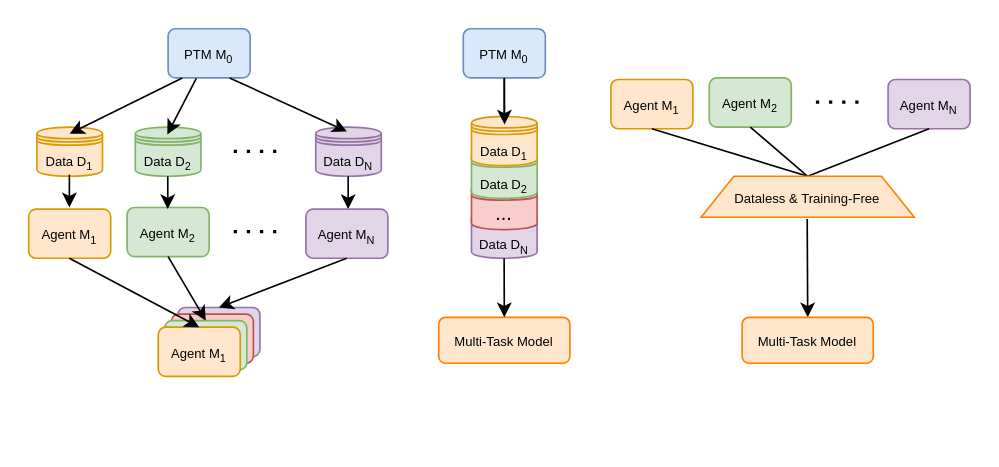
Before: paper_pic/未命名绘图.drawio in ustcchx/PPT_presentation, a draw.io diagram. Source tidied: cells renumbered, new cells numbered last; positions are measured from the earlier drawing's top-left corner, leaving out a move shared by most shapes. Both pictures are drawn from the tidied source at 164%, with x=0, y=0 at pixel (28, 28).
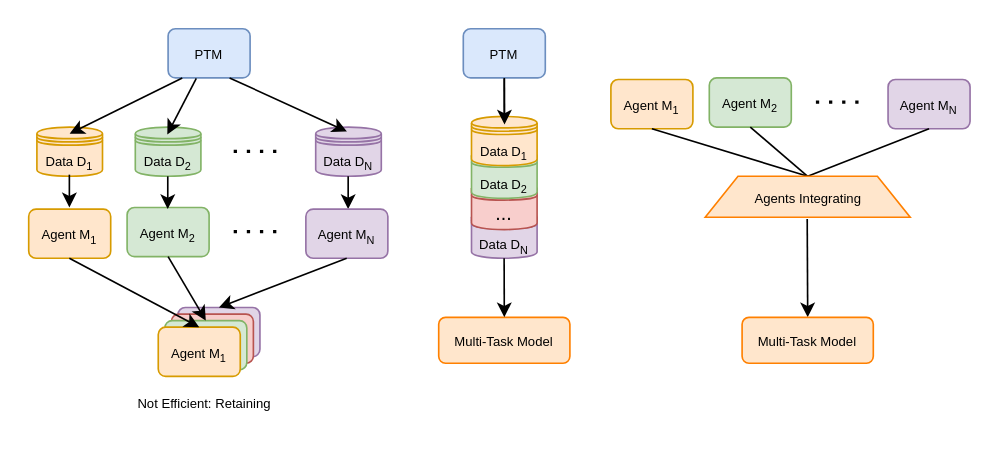
The same diagram, later.

Commit message (it also covers changes not shown here):
更新未命名绘图.drawio

What changed in the source:
```diff
@@
-    <mxCell id="5" value="&lt;font style=&quot;font-size: 8px;&quot;&gt;PTM M&lt;sub&gt;0&lt;/sub&gt;&lt;/font&gt;" style="rounded=1;whiteSpace=wrap;html=1;fillColor=#dae8fc;strokeColor=#6c8ebf;" parent="1" vertex="1">
+    <mxCell id="5" value="&lt;font style=&quot;font-size: 8px;&quot;&gt;PTM&lt;/font&gt;" style="rounded=1;whiteSpace=wrap;html=1;fillColor=#dae8fc;strokeColor=#6c8ebf;" parent="1" vertex="1">
       <mxGeometry x="85" width="50" height="30" as="geometry" />
     </mxCell>
@@
-    <mxCell id="21" value="&lt;font style=&quot;font-size: 8px;&quot;&gt;PTM M&lt;sub&gt;0&lt;/sub&gt;&lt;/font&gt;" style="rounded=1;whiteSpace=wrap;html=1;fillColor=#dae8fc;strokeColor=#6c8ebf;" parent="1" vertex="1">
+    <mxCell id="21" value="&lt;font style=&quot;font-size: 8px;&quot;&gt;PTM&lt;/font&gt;" style="rounded=1;whiteSpace=wrap;html=1;fillColor=#dae8fc;strokeColor=#6c8ebf;" parent="1" vertex="1">
       <mxGeometry x="265" width="50" height="30" as="geometry" />
     </mxCell>
@@
-    <mxCell id="33" value="&lt;span style=&quot;font-size: 8px;&quot;&gt;Dataless &amp;amp; Training-Free&lt;/span&gt;" style="shape=trapezoid;perimeter=trapezoidPerimeter;whiteSpace=wrap;html=1;fixedSize=1;fillColor=#ffe6cc;strokeColor=#FF8000;" parent="1" vertex="1">
-      <mxGeometry x="410" y="90" width="130" height="25" as="geometry" />
+    <mxCell id="33" value="&lt;span style=&quot;font-size: 8px;&quot;&gt;Agents Integrating&lt;/span&gt;" style="shape=trapezoid;perimeter=trapezoidPerimeter;whiteSpace=wrap;html=1;fixedSize=1;fillColor=#ffe6cc;strokeColor=#FF8000;" parent="1" vertex="1">
+      <mxGeometry x="412.5" y="90" width="125" height="25" as="geometry" />
     </mxCell>
@@
+    <mxCell id="43" value="&lt;font style=&quot;font-size: 8px;&quot;&gt;Not Efficient: Retaining&amp;nbsp;&lt;/font&gt;&lt;div&gt;&lt;font style=&quot;font-size: 8px;&quot;&gt;&lt;br&gt;&lt;/font&gt;&lt;/div&gt;" style="text;html=1;align=center;verticalAlign=middle;whiteSpace=wrap;rounded=0;" parent="1" vertex="1">
+      <mxGeometry x="39.5" y="220" width="137" height="30" as="geometry" />
+    </mxCell>
```
